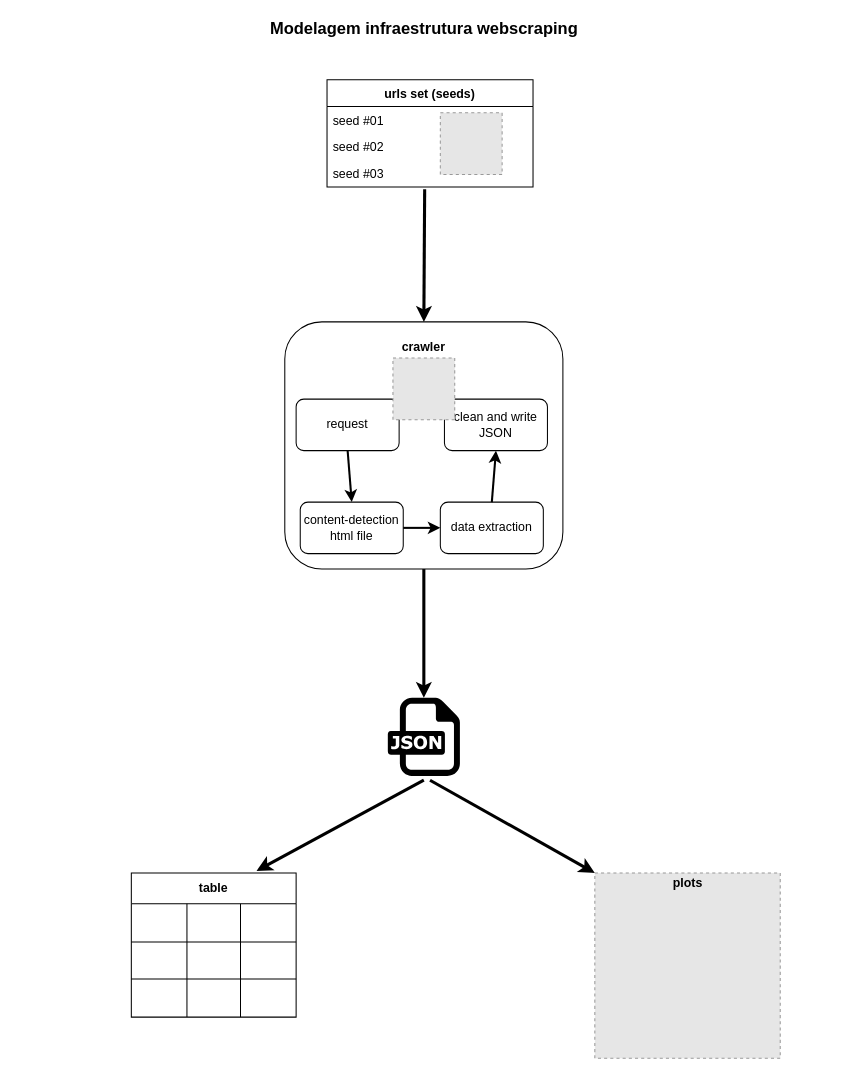
Above: 20.2/ine5454/projeto/model_infra.drawio in rafaelbcastilhos/cco-ufsc (draw.io), before the change. Source tidied: cells renumbered, new cells numbered last; positions are measured from the earlier drawing's top-left corner, leaving out a move shared by most shapes. Both pictures are drawn from the tidied source at 103%, with x=0, y=0 at pixel (131, 18). Pictures stored in the file or linked from it are replaced by grey dashed boxes.
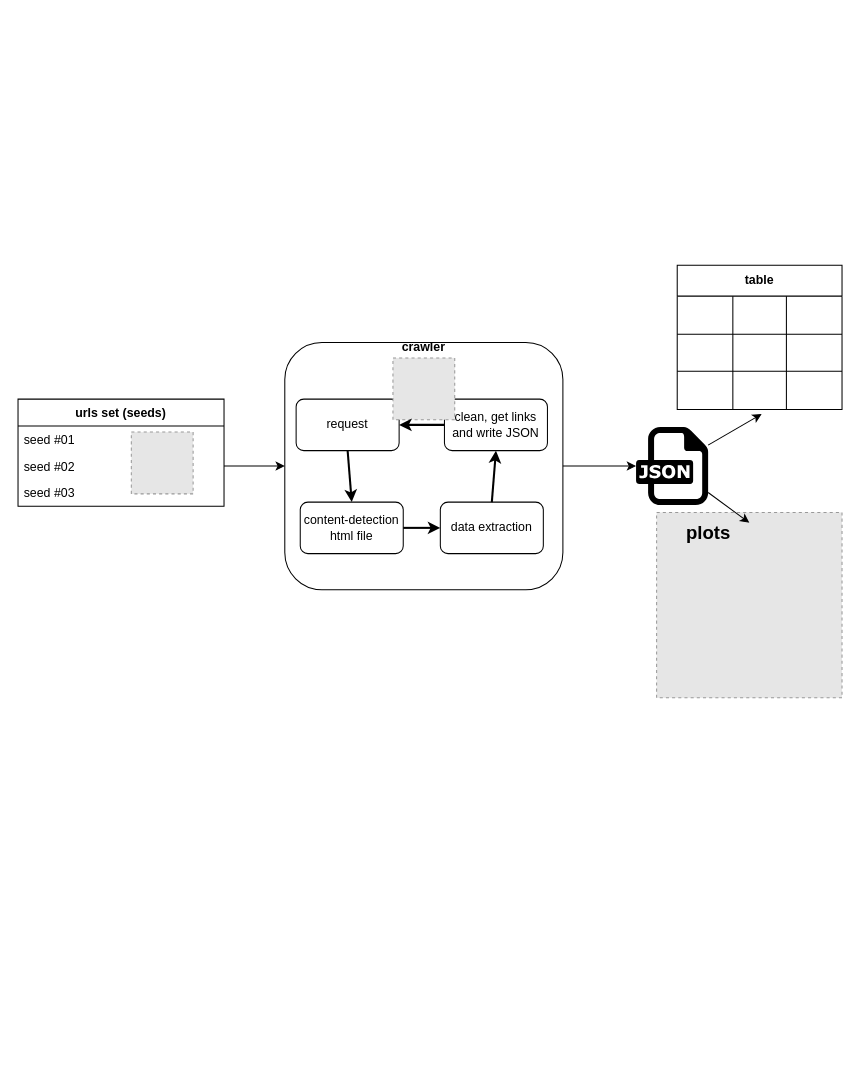
The same page after the edit.

Commit message (it also covers changes not shown here):
update model infra slides

The change refers to these unchanged cells:
```xml
<mxCell id="3" value="request" style="rounded=1;whiteSpace=wrap;html=1;" parent="1" vertex="1">
  <mxGeometry x="160" y="370" width="100" height="50" as="geometry" />
</mxCell>
<mxCell id="31" style="shape=partialRectangle;html=1;whiteSpace=wrap;fillColor=none;top=0;left=0;bottom=0;right=0;points=[[0,0.5],[1,0.5]];portConstraint=eastwest;" parent="22" vertex="1">
  <mxGeometry y="103" width="160" height="37" as="geometry" />
</mxCell>
```

Change to the diagram source:
```diff
@@
-    <mxCell id="2" style="rounded=1;whiteSpace=wrap;html=1;" parent="1" vertex="1">
-      <mxGeometry x="149" y="295" width="270" height="240" as="geometry" />
+    <mxCell id="2" style="rounded=1;whiteSpace=wrap;html=1;fillColor=none;" parent="1" vertex="1">
+      <mxGeometry x="149" y="315" width="270" height="240" as="geometry" />
     </mxCell>
@@
-    <mxCell id="4" value="clean and write JSON" style="rounded=1;whiteSpace=wrap;html=1;" parent="1" vertex="1">
+    <mxCell id="4" value="clean, get links and write JSON" style="rounded=1;whiteSpace=wrap;html=1;" parent="1" vertex="1">
       <mxGeometry x="304" y="370" width="100" height="50" as="geometry" />
     </mxCell>
@@
-    <mxCell id="12" value="urls set (seeds)" style="swimlane;fontStyle=1;horizontal=1;startSize=26;fillColor=none;" parent="1" vertex="1">
-      <mxGeometry x="190" y="60" width="200" height="104" as="geometry" />
-    </mxCell>
-    <mxCell id="13" value="seed #01" style="text;strokeColor=none;fillColor=none;align=left;verticalAlign=top;spacingLeft=4;spacingRight=4;overflow=hidden;" parent="12" vertex="1">
-      <mxGeometry y="26" width="200" height="26" as="geometry" />
-    </mxCell>
-    <mxCell id="14" value="seed #02" style="text;strokeColor=none;fillColor=none;align=left;verticalAlign=top;spacingLeft=4;spacingRight=4;overflow=hidden;points=[[0,0.5],[1,0.5]];portConstraint=eastwest;" parent="12" vertex="1">
-      <mxGeometry y="52" width="200" height="26" as="geometry" />
-    </mxCell>
-    <mxCell id="15" value="seed #03" style="text;strokeColor=none;fillColor=none;align=left;verticalAlign=top;spacingLeft=4;spacingRight=4;overflow=hidden;points=[[0,0.5],[1,0.5]];portConstraint=eastwest;" parent="12" vertex="1">
-      <mxGeometry y="78" width="200" height="26" as="geometry" />
-    </mxCell>
-    <mxCell id="16" style="fillColor=#E6E6E6;strokeColor=#999999;dashed=1;html=1;verticalAlign=top;verticalLabelPosition=bottom;labelBackgroundColor=#ffffff;" parent="1" vertex="1">
-      <mxGeometry x="300" y="92" width="60" height="60" as="geometry" />
-    </mxCell>
     <mxCell id="17" style="fillColor=#E6E6E6;strokeColor=#999999;dashed=1;html=1;verticalAlign=top;verticalLabelPosition=bottom;labelBackgroundColor=#ffffff;" parent="1" vertex="1">
-      <mxGeometry x="450" y="830" width="180" height="180" as="geometry" />
+      <mxGeometry x="510" y="480" width="180" height="180" as="geometry" />
     </mxCell>
     <mxCell id="18" style="dashed=0;outlineConnect=0;html=1;align=center;labelPosition=center;verticalLabelPosition=bottom;verticalAlign=top;shape=mxgraph.weblogos.json;" parent="1" vertex="1">
-      <mxGeometry x="249" y="660" width="70" height="75.8" as="geometry" />
+      <mxGeometry x="490" y="397.1" width="70" height="75.8" as="geometry" />
     </mxCell>
-    <mxCell id="19" style="endArrow=classic;html=1;exitX=0.474;exitY=1.086;exitDx=0;exitDy=0;exitPerimeter=0;entryX=0.5;entryY=0;entryDx=0;entryDy=0;fontStyle=0;strokeWidth=3;" parent="1" edge="1" source="15" target="2">
-      <mxGeometry relative="1" as="geometry" />
-    </mxCell>
-    <mxCell id="20" style="endArrow=classic;html=1;exitX=0.5;exitY=1;exitDx=0;exitDy=0;strokeWidth=3;" parent="1" edge="1" source="2" target="18">
-      <mxGeometry relative="1" as="geometry" />
-    </mxCell>
-    <mxCell id="21" style="endArrow=classic;html=1;entryX=0;entryY=0;entryDx=0;entryDy=0;strokeWidth=3;" parent="1" edge="1" target="17">
-      <mxGeometry relative="1" as="geometry">
-        <mxPoint x="290" y="740" as="sourcePoint" />
-      </mxGeometry>
-    </mxCell>
     <mxCell id="22" value="table" style="shape=table;html=1;whiteSpace=wrap;startSize=30;childLayout=tableLayout;fontStyle=1;align=center;" parent="1" vertex="1">
-      <mxGeometry y="830" width="160" height="140" as="geometry" />
+      <mxGeometry x="530" y="240" width="160" height="140" as="geometry" />
     </mxCell>
@@
-    <mxCell id="35" value="&lt;font style=&quot;font-size: 16px&quot;&gt;Modelagem infraestrutura webscraping&lt;/font&gt;" style="text;html=1;align=center;verticalAlign=middle;fontStyle=1;" parent="1" vertex="1">
-      <mxGeometry x="129" width="310" height="20" as="geometry" />
-    </mxCell>
-    <mxCell id="36" value="&lt;b&gt;plots&lt;/b&gt;" style="text;html=1;align=center;verticalAlign=middle;" parent="1" vertex="1">
-      <mxGeometry x="520" y="830" width="40" height="20" as="geometry" />
+    <mxCell id="36" value="&lt;b&gt;&lt;font style=&quot;font-size: 18px&quot;&gt;plots&lt;/font&gt;&lt;/b&gt;" style="text;html=1;align=center;verticalAlign=middle;" parent="1" vertex="1">
+      <mxGeometry x="530" y="490" width="60" height="20" as="geometry" />
     </mxCell>
-    <mxCell id="37" style="endArrow=classic;html=1;strokeWidth=3;entryX=0.76;entryY=-0.014;entryDx=0;entryDy=0;entryPerimeter=0;" parent="1" edge="1" target="22">
-      <mxGeometry relative="1" as="geometry">
-        <mxPoint x="284" y="740" as="sourcePoint" />
-      </mxGeometry>
-    </mxCell>
+    <mxCell id="38" style="group;" parent="1" vertex="1">
+      <mxGeometry x="-110" y="370" width="200" height="104" as="geometry" />
+    </mxCell>
+    <mxCell id="12" value="urls set (seeds)" style="swimlane;fontStyle=1;horizontal=1;startSize=26;fillColor=none;" parent="38" vertex="1">
+      <mxGeometry width="200" height="104" as="geometry" />
+    </mxCell>
+    <mxCell id="13" value="seed #01" style="text;strokeColor=none;fillColor=none;align=left;verticalAlign=top;spacingLeft=4;spacingRight=4;overflow=hidden;" parent="12" vertex="1">
+      <mxGeometry y="26" width="200" height="26" as="geometry" />
+    </mxCell>
+    <mxCell id="14" value="seed #02" style="text;strokeColor=none;fillColor=none;align=left;verticalAlign=top;spacingLeft=4;spacingRight=4;overflow=hidden;points=[[0,0.5],[1,0.5]];portConstraint=eastwest;" parent="12" vertex="1">
+      <mxGeometry y="52" width="200" height="26" as="geometry" />
+    </mxCell>
+    <mxCell id="15" value="seed #03" style="text;strokeColor=none;fillColor=none;align=left;verticalAlign=top;spacingLeft=4;spacingRight=4;overflow=hidden;points=[[0,0.5],[1,0.5]];portConstraint=eastwest;" parent="12" vertex="1">
+      <mxGeometry y="78" width="200" height="26" as="geometry" />
+    </mxCell>
+    <mxCell id="16" style="fillColor=#E6E6E6;strokeColor=#999999;dashed=1;html=1;verticalAlign=top;verticalLabelPosition=bottom;labelBackgroundColor=#ffffff;" parent="38" vertex="1">
+      <mxGeometry x="110" y="32" width="60" height="60" as="geometry" />
+    </mxCell>
+    <mxCell id="39" style="endArrow=classic;html=1;exitX=1;exitY=0.5;exitDx=0;exitDy=0;entryX=0;entryY=0.5;entryDx=0;entryDy=0;" parent="1" edge="1" source="14" target="2">
+      <mxGeometry relative="1" as="geometry" />
+    </mxCell>
+    <mxCell id="20" style="endArrow=classic;html=1;exitX=1;exitY=0.5;exitDx=0;exitDy=0;" parent="1" edge="1" source="2" target="18">
+      <mxGeometry relative="1" as="geometry" />
+    </mxCell>
+    <mxCell id="40" style="endArrow=classic;html=1;entryX=0.512;entryY=1.123;entryDx=0;entryDy=0;entryPerimeter=0;" parent="1" edge="1" source="18" target="31">
+      <mxGeometry relative="1" as="geometry" />
+    </mxCell>
+    <mxCell id="41" style="endArrow=classic;html=1;" parent="1" edge="1" source="18">
+      <mxGeometry relative="1" as="geometry">
+        <mxPoint x="600" y="490" as="targetPoint" />
+      </mxGeometry>
+    </mxCell>
+    <mxCell id="42" style="endArrow=classic;html=1;exitX=0;exitY=0.5;exitDx=0;exitDy=0;entryX=1;entryY=0.5;entryDx=0;entryDy=0;strokeWidth=2;" parent="1" edge="1" source="4" target="3">
+      <mxGeometry relative="1" as="geometry" />
+    </mxCell>
```
